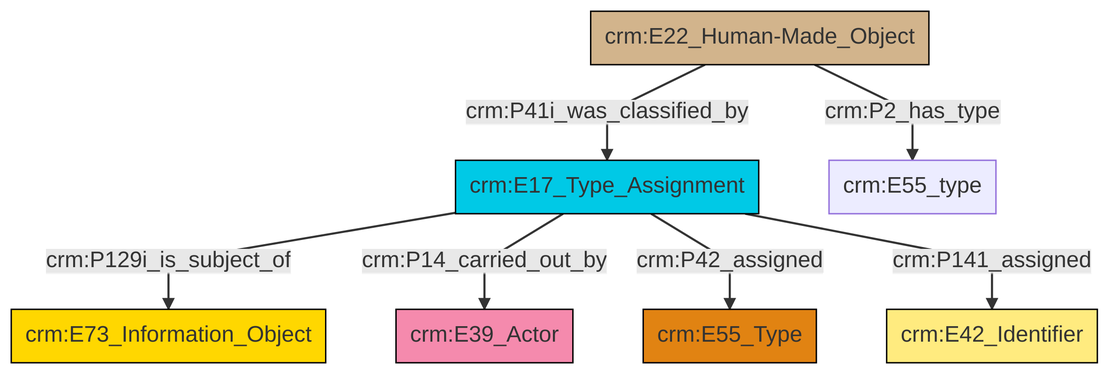
swiss-art-research-net/reference-data-models keeps this Mermaid diagram as et/builtWorkCSV/ttl/mmd/png/Built_Work_designation_status.png. Above is the earlier version. Its source is kept beside it as et/builtWorkCSV/ttl/mmd/Built_Work_designation_status.ttl.mmd.
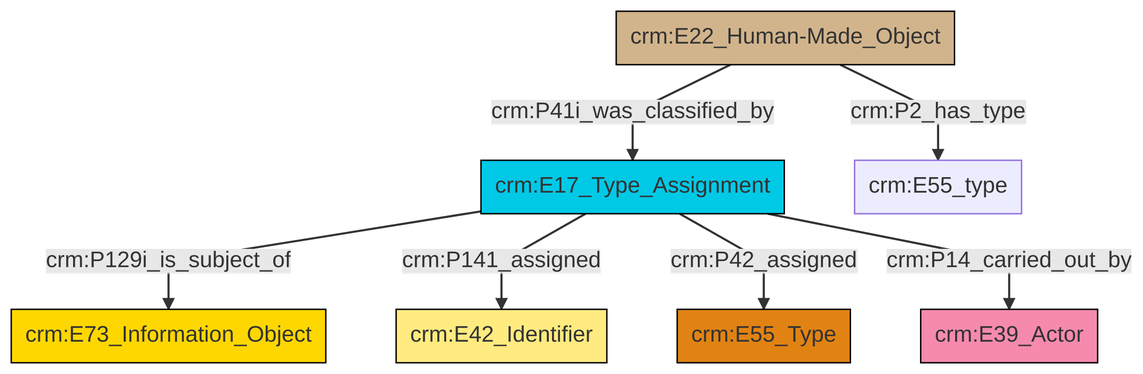
The same file after the commit.

What changed in the source:
```diff
@@ -13,9 +13,9 @@
 classDef PC_Classes fill:#4ce600, stroke:#000000;
 classDef Multi fill:#cccccc,stroke:#000000;
 
-2["crm:E17_Type_Assignment"]:::Temporal_Entity -->|crm:P129i_is_subject_of| 3["crm:E73_Information_Object"]:::Conceptual_Object
-2["crm:E17_Type_Assignment"]:::Temporal_Entity -->|crm:P14_carried_out_by| 6["crm:E39_Actor"]:::Actor
-0["crm:E22_Human-Made_Object"]:::Physical_Thing -->|crm:P2_has_type| 7["crm:E55_type"]:::Default
-2["crm:E17_Type_Assignment"]:::Temporal_Entity -->|crm:P42_assigned| 9["crm:E55_Type"]:::Type
-2["crm:E17_Type_Assignment"]:::Temporal_Entity -->|crm:P141_assigned| 4["crm:E42_Identifier"]:::Appellation
-0["crm:E22_Human-Made_Object"]:::Physical_Thing -->|crm:P41i_was_classified_by| 2["crm:E17_Type_Assignment"]:::Temporal_Entity
+4["crm:E17_Type_Assignment"]:::Temporal_Entity -->|crm:P129i_is_subject_of| 2["crm:E73_Information_Object"]:::Conceptual_Object
+5["crm:E22_Human-Made_Object"]:::Physical_Thing -->|crm:P2_has_type| 8["crm:E55_type"]:::Default
+4["crm:E17_Type_Assignment"]:::Temporal_Entity -->|crm:P141_assigned| 9["crm:E42_Identifier"]:::Appellation
+4["crm:E17_Type_Assignment"]:::Temporal_Entity -->|crm:P42_assigned| 0["crm:E55_Type"]:::Type
+5["crm:E22_Human-Made_Object"]:::Physical_Thing -->|crm:P41i_was_classified_by| 4["crm:E17_Type_Assignment"]:::Temporal_Entity
+4["crm:E17_Type_Assignment"]:::Temporal_Entity -->|crm:P14_carried_out_by| 12["crm:E39_Actor"]:::Actor
```
